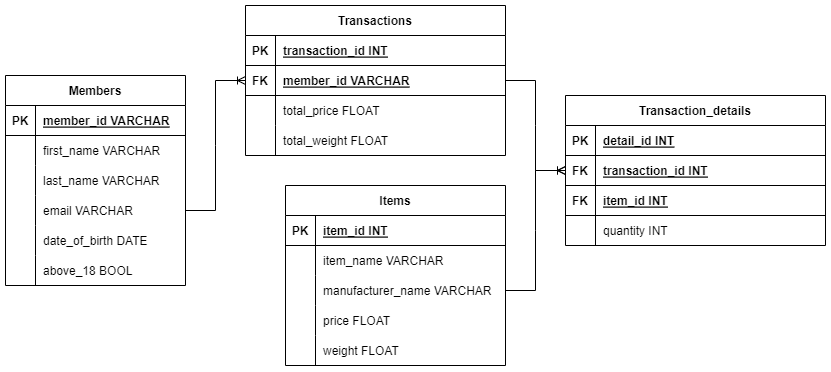
Before: Section_2/ER_diagram.png, a diagram exported from draw.io (J4YP33z/Data-Engineer-Tech-Challenge). Source tidied: cells renumbered, new cells last; positions are measured from the earlier drawing's top-left corner, leaving out a move shared by most shapes. Source of this version:
```xml
<mxGraphModel>
  <root>
    <mxCell id="0" />
    <mxCell id="1" parent="0" />
    <mxCell id="2" value="Members" style="shape=table;startSize=30;rowLines=0;fontStyle=1;align=center;" parent="1" vertex="1">
      <mxGeometry y="70" width="180" height="210" as="geometry" />
    </mxCell>
    <mxCell id="3" style="shape=partialRectangle;fillColor=none;top=0;left=0;right=0;bottom=1;" parent="2" vertex="1">
      <mxGeometry y="30" width="180" height="30" as="geometry" />
    </mxCell>
    <mxCell id="4" value="PK" style="shape=partialRectangle;overflow=hidden;fillColor=none;top=0;left=0;bottom=0;right=0;fontStyle=1;" parent="3" vertex="1">
      <mxGeometry width="30" height="30" as="geometry" />
    </mxCell>
    <mxCell id="5" value="member_id VARCHAR" style="shape=partialRectangle;overflow=hidden;fillColor=none;top=0;left=0;bottom=0;right=0;align=left;spacingLeft=6;fontStyle=5;" parent="3" vertex="1">
      <mxGeometry x="30" width="150" height="30" as="geometry" />
    </mxCell>
    <mxCell id="6" style="shape=partialRectangle;fillColor=none;top=0;left=0;right=0;bottom=0;" parent="2" vertex="1">
      <mxGeometry y="60" width="180" height="30" as="geometry" />
    </mxCell>
    <mxCell id="7" style="shape=partialRectangle;overflow=hidden;fillColor=none;top=0;left=0;bottom=0;right=0;" parent="6" vertex="1">
      <mxGeometry width="30" height="30" as="geometry" />
    </mxCell>
    <mxCell id="8" value="first_name VARCHAR" style="shape=partialRectangle;overflow=hidden;fillColor=none;top=0;left=0;bottom=0;right=0;align=left;spacingLeft=6;" parent="6" vertex="1">
      <mxGeometry x="30" width="150" height="30" as="geometry" />
    </mxCell>
    <mxCell id="9" style="shape=partialRectangle;fillColor=none;top=0;left=0;right=0;bottom=0;" parent="2" vertex="1">
      <mxGeometry y="90" width="180" height="30" as="geometry" />
    </mxCell>
    <mxCell id="10" style="shape=partialRectangle;overflow=hidden;fillColor=none;top=0;left=0;bottom=0;right=0;" parent="9" vertex="1">
      <mxGeometry width="30" height="30" as="geometry" />
    </mxCell>
    <mxCell id="11" value="last_name VARCHAR" style="shape=partialRectangle;overflow=hidden;fillColor=none;top=0;left=0;bottom=0;right=0;align=left;spacingLeft=6;" parent="9" vertex="1">
      <mxGeometry x="30" width="150" height="30" as="geometry" />
    </mxCell>
    <mxCell id="12" style="shape=partialRectangle;fillColor=none;points=[[0,0.5],[1,0.5]];portConstraint=eastwest;top=0;left=0;right=0;bottom=0;" parent="2" vertex="1">
      <mxGeometry y="120" width="180" height="30" as="geometry" />
    </mxCell>
    <mxCell id="13" style="shape=partialRectangle;overflow=hidden;fillColor=none;top=0;left=0;bottom=0;right=0;" parent="12" vertex="1">
      <mxGeometry width="30" height="30" as="geometry" />
    </mxCell>
    <mxCell id="14" value="email VARCHAR" style="shape=partialRectangle;overflow=hidden;fillColor=none;top=0;left=0;bottom=0;right=0;align=left;spacingLeft=6;" parent="12" vertex="1">
      <mxGeometry x="30" width="150" height="30" as="geometry" />
    </mxCell>
    <mxCell id="15" style="shape=partialRectangle;fillColor=none;top=0;left=0;right=0;bottom=0;" parent="2" vertex="1">
      <mxGeometry y="150" width="180" height="30" as="geometry" />
    </mxCell>
    <mxCell id="16" style="shape=partialRectangle;overflow=hidden;fillColor=none;top=0;left=0;bottom=0;right=0;" parent="15" vertex="1">
      <mxGeometry width="30" height="30" as="geometry" />
    </mxCell>
    <mxCell id="17" value="date_of_birth DATE" style="shape=partialRectangle;overflow=hidden;fillColor=none;top=0;left=0;bottom=0;right=0;align=left;spacingLeft=6;" parent="15" vertex="1">
      <mxGeometry x="30" width="150" height="30" as="geometry" />
    </mxCell>
    <mxCell id="18" style="shape=partialRectangle;fillColor=none;top=0;left=0;right=0;bottom=0;" parent="2" vertex="1">
      <mxGeometry y="180" width="180" height="30" as="geometry" />
    </mxCell>
    <mxCell id="19" style="shape=partialRectangle;overflow=hidden;fillColor=none;top=0;left=0;bottom=0;right=0;" parent="18" vertex="1">
      <mxGeometry width="30" height="30" as="geometry" />
    </mxCell>
    <mxCell id="20" value="above_18 BOOL" style="shape=partialRectangle;overflow=hidden;fillColor=none;top=0;left=0;bottom=0;right=0;align=left;spacingLeft=6;" parent="18" vertex="1">
      <mxGeometry x="30" width="150" height="30" as="geometry" />
    </mxCell>
    <mxCell id="21" value="Items" style="shape=table;startSize=30;rowLines=0;fontStyle=1;align=center;" parent="1" vertex="1">
      <mxGeometry x="280" y="180" width="220" height="180" as="geometry" />
    </mxCell>
    <mxCell id="22" style="shape=partialRectangle;fillColor=none;top=0;left=0;right=0;bottom=1;" parent="21" vertex="1">
      <mxGeometry y="30" width="220" height="30" as="geometry" />
    </mxCell>
    <mxCell id="23" value="PK" style="shape=partialRectangle;overflow=hidden;fillColor=none;top=0;left=0;bottom=0;right=0;fontStyle=1;" parent="22" vertex="1">
      <mxGeometry width="30" height="30" as="geometry" />
    </mxCell>
    <mxCell id="24" value="item_id INT" style="shape=partialRectangle;overflow=hidden;fillColor=none;top=0;left=0;bottom=0;right=0;align=left;spacingLeft=6;fontStyle=5;" parent="22" vertex="1">
      <mxGeometry x="30" width="190" height="30" as="geometry" />
    </mxCell>
    <mxCell id="25" style="shape=partialRectangle;fillColor=none;top=0;left=0;right=0;bottom=0;" parent="21" vertex="1">
      <mxGeometry y="60" width="220" height="30" as="geometry" />
    </mxCell>
    <mxCell id="26" style="shape=partialRectangle;overflow=hidden;fillColor=none;top=0;left=0;bottom=0;right=0;" parent="25" vertex="1">
      <mxGeometry width="30" height="30" as="geometry" />
    </mxCell>
    <mxCell id="27" value="item_name VARCHAR" style="shape=partialRectangle;overflow=hidden;fillColor=none;top=0;left=0;bottom=0;right=0;align=left;spacingLeft=6;" parent="25" vertex="1">
      <mxGeometry x="30" width="190" height="30" as="geometry" />
    </mxCell>
    <mxCell id="28" style="shape=partialRectangle;fillColor=none;points=[[0,0.5],[1,0.5]];portConstraint=eastwest;top=0;left=0;right=0;bottom=0;" parent="21" vertex="1">
      <mxGeometry y="90" width="220" height="30" as="geometry" />
    </mxCell>
    <mxCell id="29" style="shape=partialRectangle;overflow=hidden;fillColor=none;top=0;left=0;bottom=0;right=0;" parent="28" vertex="1">
      <mxGeometry width="30" height="30" as="geometry" />
    </mxCell>
    <mxCell id="30" value="manufacturer_name VARCHAR" style="shape=partialRectangle;overflow=hidden;fillColor=none;top=0;left=0;bottom=0;right=0;align=left;spacingLeft=6;" parent="28" vertex="1">
      <mxGeometry x="30" width="190" height="30" as="geometry" />
    </mxCell>
    <mxCell id="31" style="shape=partialRectangle;fillColor=none;top=0;left=0;right=0;bottom=0;" parent="21" vertex="1">
      <mxGeometry y="120" width="220" height="30" as="geometry" />
    </mxCell>
    <mxCell id="32" style="shape=partialRectangle;overflow=hidden;fillColor=none;top=0;left=0;bottom=0;right=0;" parent="31" vertex="1">
      <mxGeometry width="30" height="30" as="geometry" />
    </mxCell>
    <mxCell id="33" value="price FLOAT" style="shape=partialRectangle;overflow=hidden;fillColor=none;top=0;left=0;bottom=0;right=0;align=left;spacingLeft=6;" parent="31" vertex="1">
      <mxGeometry x="30" width="190" height="30" as="geometry" />
    </mxCell>
    <mxCell id="34" style="shape=partialRectangle;fillColor=none;top=0;left=0;right=0;bottom=0;" parent="21" vertex="1">
      <mxGeometry y="150" width="220" height="30" as="geometry" />
    </mxCell>
    <mxCell id="35" style="shape=partialRectangle;overflow=hidden;fillColor=none;top=0;left=0;bottom=0;right=0;" parent="34" vertex="1">
      <mxGeometry width="30" height="30" as="geometry" />
    </mxCell>
    <mxCell id="36" value="weight FLOAT" style="shape=partialRectangle;overflow=hidden;fillColor=none;top=0;left=0;bottom=0;right=0;align=left;spacingLeft=6;" parent="34" vertex="1">
      <mxGeometry x="30" width="190" height="30" as="geometry" />
    </mxCell>
    <mxCell id="37" value="Transactions" style="shape=table;startSize=30;rowLines=0;fontStyle=1;align=center;" parent="1" vertex="1">
      <mxGeometry x="240" width="260" height="150" as="geometry" />
    </mxCell>
    <mxCell id="38" style="shape=partialRectangle;fillColor=none;top=0;left=0;right=0;bottom=1;" parent="37" vertex="1">
      <mxGeometry y="30" width="260" height="30" as="geometry" />
    </mxCell>
    <mxCell id="39" value="PK" style="shape=partialRectangle;overflow=hidden;fillColor=none;top=0;left=0;bottom=0;right=0;fontStyle=1;" parent="38" vertex="1">
      <mxGeometry width="30" height="30" as="geometry" />
    </mxCell>
    <mxCell id="40" value="transaction_id INT" style="shape=partialRectangle;overflow=hidden;fillColor=none;top=0;left=0;bottom=0;right=0;align=left;spacingLeft=6;fontStyle=5;" parent="38" vertex="1">
      <mxGeometry x="30" width="230" height="30" as="geometry" />
    </mxCell>
    <mxCell id="41" style="shape=partialRectangle;fillColor=none;points=[[0,0.5],[1,0.5]];portConstraint=eastwest;top=0;left=0;right=0;bottom=1;" parent="37" vertex="1">
      <mxGeometry y="60" width="260" height="30" as="geometry" />
    </mxCell>
    <mxCell id="42" value="FK" style="shape=partialRectangle;overflow=hidden;fillColor=none;top=0;left=0;bottom=0;right=0;fontStyle=1;" parent="41" vertex="1">
      <mxGeometry width="30" height="30" as="geometry" />
    </mxCell>
    <mxCell id="43" value="member_id VARCHAR" style="shape=partialRectangle;overflow=hidden;fillColor=none;top=0;left=0;bottom=0;right=0;align=left;spacingLeft=6;fontStyle=5;" parent="41" vertex="1">
      <mxGeometry x="30" width="230" height="30" as="geometry" />
    </mxCell>
    <mxCell id="44" style="shape=partialRectangle;fillColor=none;top=0;left=0;right=0;bottom=0;" parent="37" vertex="1">
      <mxGeometry y="90" width="260" height="30" as="geometry" />
    </mxCell>
    <mxCell id="45" style="shape=partialRectangle;overflow=hidden;fillColor=none;top=0;left=0;bottom=0;right=0;" parent="44" vertex="1">
      <mxGeometry width="30" height="30" as="geometry" />
    </mxCell>
    <mxCell id="46" value="total_price FLOAT" style="shape=partialRectangle;overflow=hidden;fillColor=none;top=0;left=0;bottom=0;right=0;align=left;spacingLeft=6;" parent="44" vertex="1">
      <mxGeometry x="30" width="230" height="30" as="geometry" />
    </mxCell>
    <mxCell id="47" style="shape=partialRectangle;fillColor=none;top=0;left=0;right=0;bottom=0;" parent="37" vertex="1">
      <mxGeometry y="120" width="260" height="30" as="geometry" />
    </mxCell>
    <mxCell id="48" style="shape=partialRectangle;overflow=hidden;fillColor=none;top=0;left=0;bottom=0;right=0;" parent="47" vertex="1">
      <mxGeometry width="30" height="30" as="geometry" />
    </mxCell>
    <mxCell id="49" value="total_weight FLOAT" style="shape=partialRectangle;overflow=hidden;fillColor=none;top=0;left=0;bottom=0;right=0;align=left;spacingLeft=6;" parent="47" vertex="1">
      <mxGeometry x="30" width="230" height="30" as="geometry" />
    </mxCell>
    <mxCell id="50" value="Transaction_details" style="shape=table;startSize=30;rowLines=0;fontStyle=1;align=center;" parent="1" vertex="1">
      <mxGeometry x="560" y="90" width="260" height="150" as="geometry" />
    </mxCell>
    <mxCell id="51" style="shape=partialRectangle;fillColor=none;top=0;left=0;right=0;bottom=1;" parent="50" vertex="1">
      <mxGeometry y="30" width="260" height="30" as="geometry" />
    </mxCell>
    <mxCell id="52" value="PK" style="shape=partialRectangle;overflow=hidden;fillColor=none;top=0;left=0;bottom=0;right=0;fontStyle=1;" parent="51" vertex="1">
      <mxGeometry width="30" height="30" as="geometry" />
    </mxCell>
    <mxCell id="53" value="detail_id INT" style="shape=partialRectangle;overflow=hidden;fillColor=none;top=0;left=0;bottom=0;right=0;align=left;spacingLeft=6;fontStyle=5;" parent="51" vertex="1">
      <mxGeometry x="30" width="230" height="30" as="geometry" />
    </mxCell>
    <mxCell id="54" style="shape=partialRectangle;fillColor=none;points=[[0,0.5],[1,0.5]];portConstraint=eastwest;top=0;left=0;right=0;bottom=1;" parent="50" vertex="1">
      <mxGeometry y="60" width="260" height="30" as="geometry" />
    </mxCell>
    <mxCell id="55" value="FK" style="shape=partialRectangle;overflow=hidden;fillColor=none;top=0;left=0;bottom=0;right=0;fontStyle=1;" parent="54" vertex="1">
      <mxGeometry width="30" height="30" as="geometry" />
    </mxCell>
    <mxCell id="56" value="transaction_id INT" style="shape=partialRectangle;overflow=hidden;fillColor=none;top=0;left=0;bottom=0;right=0;align=left;spacingLeft=6;fontStyle=5;" parent="54" vertex="1">
      <mxGeometry x="30" width="230" height="30" as="geometry" />
    </mxCell>
    <mxCell id="57" style="shape=partialRectangle;fillColor=none;top=0;left=0;right=0;bottom=1;" parent="50" vertex="1">
      <mxGeometry y="90" width="260" height="30" as="geometry" />
    </mxCell>
    <mxCell id="58" value="FK" style="shape=partialRectangle;overflow=hidden;fillColor=none;top=0;left=0;bottom=0;right=0;fontStyle=1;" parent="57" vertex="1">
      <mxGeometry width="30" height="30" as="geometry" />
    </mxCell>
    <mxCell id="59" value="item_id INT" style="shape=partialRectangle;overflow=hidden;fillColor=none;top=0;left=0;bottom=0;right=0;align=left;spacingLeft=6;fontStyle=5;" parent="57" vertex="1">
      <mxGeometry x="30" width="230" height="30" as="geometry" />
    </mxCell>
    <mxCell id="60" style="shape=partialRectangle;fillColor=none;top=0;left=0;right=0;bottom=0;" parent="50" vertex="1">
      <mxGeometry y="120" width="260" height="30" as="geometry" />
    </mxCell>
    <mxCell id="61" style="shape=partialRectangle;overflow=hidden;fillColor=none;top=0;left=0;bottom=0;right=0;" parent="60" vertex="1">
      <mxGeometry width="30" height="30" as="geometry" />
    </mxCell>
    <mxCell id="62" value="quantity INT" style="shape=partialRectangle;overflow=hidden;fillColor=none;top=0;left=0;bottom=0;right=0;align=left;spacingLeft=6;" parent="60" vertex="1">
      <mxGeometry x="30" width="230" height="30" as="geometry" />
    </mxCell>
    <mxCell id="63" style="edgeStyle=entityRelationEdgeStyle;fontSize=12;html=1;endArrow=ERoneToMany;rounded=0;entryX=0;entryY=0.5;entryDx=0;entryDy=0;exitX=1;exitY=0.5;exitDx=0;exitDy=0;" parent="1" edge="1" source="12" target="41">
      <mxGeometry relative="1" as="geometry" />
    </mxCell>
    <mxCell id="64" style="edgeStyle=entityRelationEdgeStyle;fontSize=12;html=1;endArrow=ERoneToMany;rounded=0;entryX=0;entryY=0.5;entryDx=0;entryDy=0;exitX=1;exitY=0.5;exitDx=0;exitDy=0;" parent="1" edge="1" source="41" target="54">
      <mxGeometry relative="1" as="geometry" />
    </mxCell>
    <mxCell id="65" style="edgeStyle=entityRelationEdgeStyle;fontSize=12;html=1;endArrow=ERoneToMany;rounded=0;exitX=1;exitY=0.5;exitDx=0;exitDy=0;" parent="1" edge="1" source="28" target="54">
      <mxGeometry relative="1" as="geometry" />
    </mxCell>
  </root>
</mxGraphModel>
```
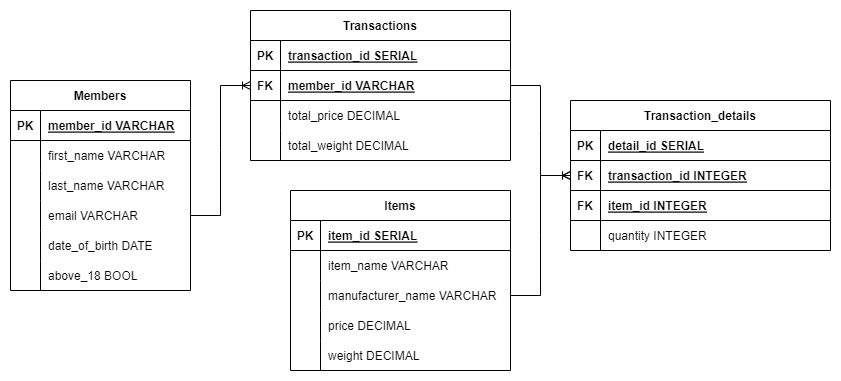
The same diagram one commit later.

The edit, as a diff of the source:
```diff
@@ -68,7 +68,7 @@
     <mxCell id="23" value="PK" style="shape=partialRectangle;overflow=hidden;fillColor=none;top=0;left=0;bottom=0;right=0;fontStyle=1;" parent="22" vertex="1">
       <mxGeometry width="30" height="30" as="geometry" />
     </mxCell>
-    <mxCell id="24" value="item_id INT" style="shape=partialRectangle;overflow=hidden;fillColor=none;top=0;left=0;bottom=0;right=0;align=left;spacingLeft=6;fontStyle=5;" parent="22" vertex="1">
+    <mxCell id="24" value="item_id SERIAL" style="shape=partialRectangle;overflow=hidden;fillColor=none;top=0;left=0;bottom=0;right=0;align=left;spacingLeft=6;fontStyle=5;" parent="22" vertex="1">
       <mxGeometry x="30" width="190" height="30" as="geometry" />
     </mxCell>
     <mxCell id="25" style="shape=partialRectangle;fillColor=none;top=0;left=0;right=0;bottom=0;" parent="21" vertex="1">
@@ -95,7 +95,7 @@
     <mxCell id="32" style="shape=partialRectangle;overflow=hidden;fillColor=none;top=0;left=0;bottom=0;right=0;" parent="31" vertex="1">
       <mxGeometry width="30" height="30" as="geometry" />
     </mxCell>
-    <mxCell id="33" value="price FLOAT" style="shape=partialRectangle;overflow=hidden;fillColor=none;top=0;left=0;bottom=0;right=0;align=left;spacingLeft=6;" parent="31" vertex="1">
+    <mxCell id="33" value="price DECIMAL" style="shape=partialRectangle;overflow=hidden;fillColor=none;top=0;left=0;bottom=0;right=0;align=left;spacingLeft=6;" parent="31" vertex="1">
       <mxGeometry x="30" width="190" height="30" as="geometry" />
     </mxCell>
     <mxCell id="34" style="shape=partialRectangle;fillColor=none;top=0;left=0;right=0;bottom=0;" parent="21" vertex="1">
@@ -104,7 +104,7 @@
     <mxCell id="35" style="shape=partialRectangle;overflow=hidden;fillColor=none;top=0;left=0;bottom=0;right=0;" parent="34" vertex="1">
       <mxGeometry width="30" height="30" as="geometry" />
     </mxCell>
-    <mxCell id="36" value="weight FLOAT" style="shape=partialRectangle;overflow=hidden;fillColor=none;top=0;left=0;bottom=0;right=0;align=left;spacingLeft=6;" parent="34" vertex="1">
+    <mxCell id="36" value="weight DECIMAL" style="shape=partialRectangle;overflow=hidden;fillColor=none;top=0;left=0;bottom=0;right=0;align=left;spacingLeft=6;" parent="34" vertex="1">
       <mxGeometry x="30" width="190" height="30" as="geometry" />
     </mxCell>
     <mxCell id="37" value="Transactions" style="shape=table;startSize=30;rowLines=0;fontStyle=1;align=center;" parent="1" vertex="1">
@@ -116,7 +116,7 @@
     <mxCell id="39" value="PK" style="shape=partialRectangle;overflow=hidden;fillColor=none;top=0;left=0;bottom=0;right=0;fontStyle=1;" parent="38" vertex="1">
       <mxGeometry width="30" height="30" as="geometry" />
     </mxCell>
-    <mxCell id="40" value="transaction_id INT" style="shape=partialRectangle;overflow=hidden;fillColor=none;top=0;left=0;bottom=0;right=0;align=left;spacingLeft=6;fontStyle=5;" parent="38" vertex="1">
+    <mxCell id="40" value="transaction_id SERIAL" style="shape=partialRectangle;overflow=hidden;fillColor=none;top=0;left=0;bottom=0;right=0;align=left;spacingLeft=6;fontStyle=5;" parent="38" vertex="1">
       <mxGeometry x="30" width="230" height="30" as="geometry" />
     </mxCell>
     <mxCell id="41" style="shape=partialRectangle;fillColor=none;points=[[0,0.5],[1,0.5]];portConstraint=eastwest;top=0;left=0;right=0;bottom=1;" parent="37" vertex="1">
@@ -134,7 +134,7 @@
     <mxCell id="45" style="shape=partialRectangle;overflow=hidden;fillColor=none;top=0;left=0;bottom=0;right=0;" parent="44" vertex="1">
       <mxGeometry width="30" height="30" as="geometry" />
     </mxCell>
-    <mxCell id="46" value="total_price FLOAT" style="shape=partialRectangle;overflow=hidden;fillColor=none;top=0;left=0;bottom=0;right=0;align=left;spacingLeft=6;" parent="44" vertex="1">
+    <mxCell id="46" value="total_price DECIMAL" style="shape=partialRectangle;overflow=hidden;fillColor=none;top=0;left=0;bottom=0;right=0;align=left;spacingLeft=6;" parent="44" vertex="1">
       <mxGeometry x="30" width="230" height="30" as="geometry" />
     </mxCell>
     <mxCell id="47" style="shape=partialRectangle;fillColor=none;top=0;left=0;right=0;bottom=0;" parent="37" vertex="1">
@@ -143,7 +143,7 @@
     <mxCell id="48" style="shape=partialRectangle;overflow=hidden;fillColor=none;top=0;left=0;bottom=0;right=0;" parent="47" vertex="1">
       <mxGeometry width="30" height="30" as="geometry" />
     </mxCell>
-    <mxCell id="49" value="total_weight FLOAT" style="shape=partialRectangle;overflow=hidden;fillColor=none;top=0;left=0;bottom=0;right=0;align=left;spacingLeft=6;" parent="47" vertex="1">
+    <mxCell id="49" value="total_weight DECIMAL" style="shape=partialRectangle;overflow=hidden;fillColor=none;top=0;left=0;bottom=0;right=0;align=left;spacingLeft=6;" parent="47" vertex="1">
       <mxGeometry x="30" width="230" height="30" as="geometry" />
     </mxCell>
     <mxCell id="50" value="Transaction_details" style="shape=table;startSize=30;rowLines=0;fontStyle=1;align=center;" parent="1" vertex="1">
@@ -155,7 +155,7 @@
     <mxCell id="52" value="PK" style="shape=partialRectangle;overflow=hidden;fillColor=none;top=0;left=0;bottom=0;right=0;fontStyle=1;" parent="51" vertex="1">
       <mxGeometry width="30" height="30" as="geometry" />
     </mxCell>
-    <mxCell id="53" value="detail_id INT" style="shape=partialRectangle;overflow=hidden;fillColor=none;top=0;left=0;bottom=0;right=0;align=left;spacingLeft=6;fontStyle=5;" parent="51" vertex="1">
+    <mxCell id="53" value="detail_id SERIAL" style="shape=partialRectangle;overflow=hidden;fillColor=none;top=0;left=0;bottom=0;right=0;align=left;spacingLeft=6;fontStyle=5;" parent="51" vertex="1">
       <mxGeometry x="30" width="230" height="30" as="geometry" />
     </mxCell>
     <mxCell id="54" style="shape=partialRectangle;fillColor=none;points=[[0,0.5],[1,0.5]];portConstraint=eastwest;top=0;left=0;right=0;bottom=1;" parent="50" vertex="1">
@@ -164,7 +164,7 @@
     <mxCell id="55" value="FK" style="shape=partialRectangle;overflow=hidden;fillColor=none;top=0;left=0;bottom=0;right=0;fontStyle=1;" parent="54" vertex="1">
       <mxGeometry width="30" height="30" as="geometry" />
     </mxCell>
-    <mxCell id="56" value="transaction_id INT" style="shape=partialRectangle;overflow=hidden;fillColor=none;top=0;left=0;bottom=0;right=0;align=left;spacingLeft=6;fontStyle=5;" parent="54" vertex="1">
+    <mxCell id="56" value="transaction_id INTEGER" style="shape=partialRectangle;overflow=hidden;fillColor=none;top=0;left=0;bottom=0;right=0;align=left;spacingLeft=6;fontStyle=5;" parent="54" vertex="1">
       <mxGeometry x="30" width="230" height="30" as="geometry" />
     </mxCell>
     <mxCell id="57" style="shape=partialRectangle;fillColor=none;top=0;left=0;right=0;bottom=1;" parent="50" vertex="1">
@@ -173,7 +173,7 @@
     <mxCell id="58" value="FK" style="shape=partialRectangle;overflow=hidden;fillColor=none;top=0;left=0;bottom=0;right=0;fontStyle=1;" parent="57" vertex="1">
       <mxGeometry width="30" height="30" as="geometry" />
     </mxCell>
-    <mxCell id="59" value="item_id INT" style="shape=partialRectangle;overflow=hidden;fillColor=none;top=0;left=0;bottom=0;right=0;align=left;spacingLeft=6;fontStyle=5;" parent="57" vertex="1">
+    <mxCell id="59" value="item_id INTEGER" style="shape=partialRectangle;overflow=hidden;fillColor=none;top=0;left=0;bottom=0;right=0;align=left;spacingLeft=6;fontStyle=5;" parent="57" vertex="1">
       <mxGeometry x="30" width="230" height="30" as="geometry" />
     </mxCell>
     <mxCell id="60" style="shape=partialRectangle;fillColor=none;top=0;left=0;right=0;bottom=0;" parent="50" vertex="1">
@@ -182,7 +182,7 @@
     <mxCell id="61" style="shape=partialRectangle;overflow=hidden;fillColor=none;top=0;left=0;bottom=0;right=0;" parent="60" vertex="1">
       <mxGeometry width="30" height="30" as="geometry" />
     </mxCell>
-    <mxCell id="62" value="quantity INT" style="shape=partialRectangle;overflow=hidden;fillColor=none;top=0;left=0;bottom=0;right=0;align=left;spacingLeft=6;" parent="60" vertex="1">
+    <mxCell id="62" value="quantity INTEGER" style="shape=partialRectangle;overflow=hidden;fillColor=none;top=0;left=0;bottom=0;right=0;align=left;spacingLeft=6;" parent="60" vertex="1">
       <mxGeometry x="30" width="230" height="30" as="geometry" />
     </mxCell>
     <mxCell id="63" style="edgeStyle=entityRelationEdgeStyle;fontSize=12;html=1;endArrow=ERoneToMany;rounded=0;entryX=0;entryY=0.5;entryDx=0;entryDy=0;exitX=1;exitY=0.5;exitDx=0;exitDy=0;" parent="1" edge="1" source="12" target="41">
```
